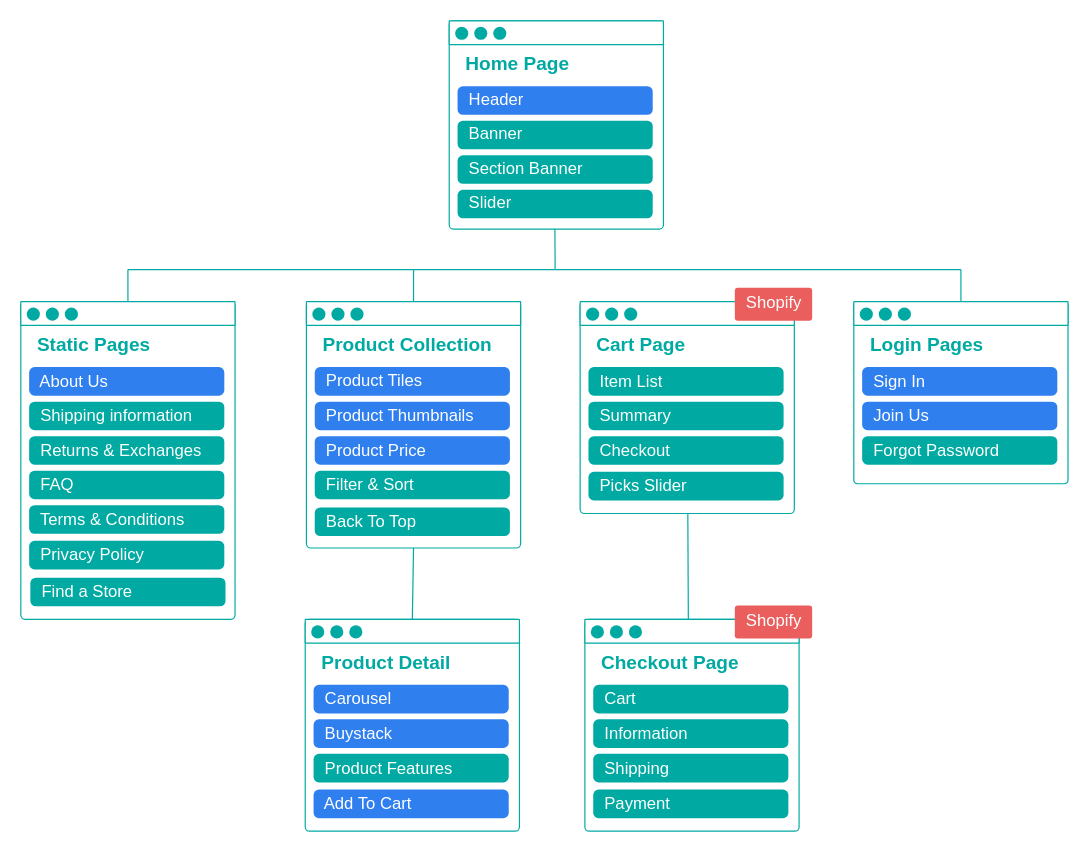
Before: Cole_Haan_SiteMap.drawio in robbywu-linkage/robbywu-linkage, a draw.io diagram. Source tidied: cells renumbered, new cells numbered last; positions are measured from the earlier drawing's top-left corner, leaving out a move shared by most shapes. Both pictures are drawn from the tidied source at 119%, with x=0, y=0 at pixel (20, 20).
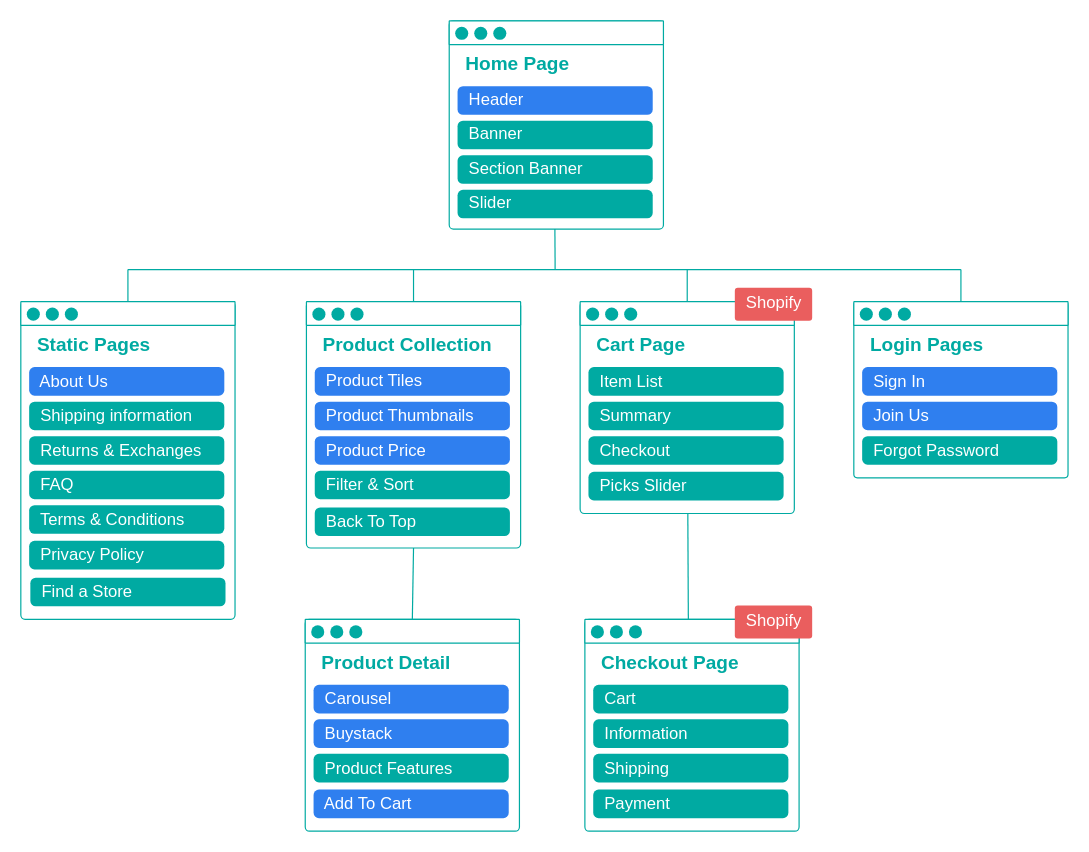
After the change.

The change refers to these unchanged cells:
```xml
<mxCell id="46" style="rounded=1;whiteSpace=wrap;html=1;arcSize=2;strokeColor=#00AAA2;" parent="1" vertex="1">
  <mxGeometry x="470" y="236" width="180" height="20" as="geometry" />
</mxCell>
```

The edit, as a diff of the source:
```diff
@@
     <mxCell id="36" style="rounded=1;whiteSpace=wrap;html=1;arcSize=2;strokeColor=#00AAA2;" parent="1" vertex="1">
-      <mxGeometry x="700" y="236" width="180" height="153" as="geometry" />
+      <mxGeometry x="700" y="236" width="180" height="148" as="geometry" />
     </mxCell>
@@
+    <mxCell id="86" style="endArrow=none;html=1;fontSize=16;fontColor=#FFFFFF;strokeColor=#00AAA2;exitX=0.5;exitY=0;exitDx=0;exitDy=0;" parent="1" edge="1" source="46">
+      <mxGeometry relative="1" as="geometry">
+        <mxPoint x="560" y="209" as="targetPoint" />
+      </mxGeometry>
+    </mxCell>
```
